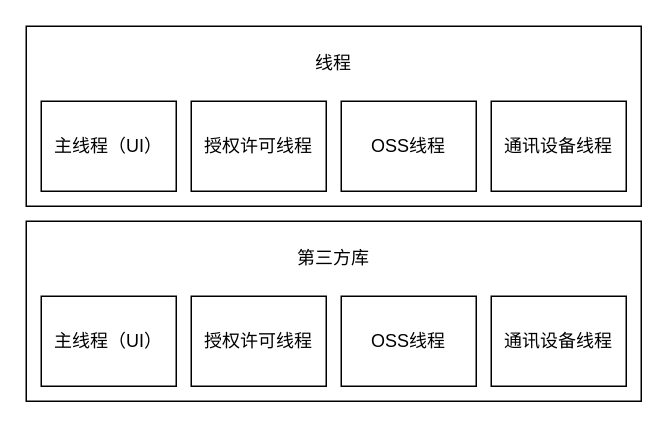
Above: 未命名绘图.drawio in SummerFalls/DrawIO (draw.io), before the change. Source tidied: cells renumbered, new cells numbered last; positions are measured from the earlier drawing's top-left corner, leaving out a move shared by most shapes. Both pictures are drawn from the tidied source at 150%, with x=0, y=0 at pixel (26, 26).
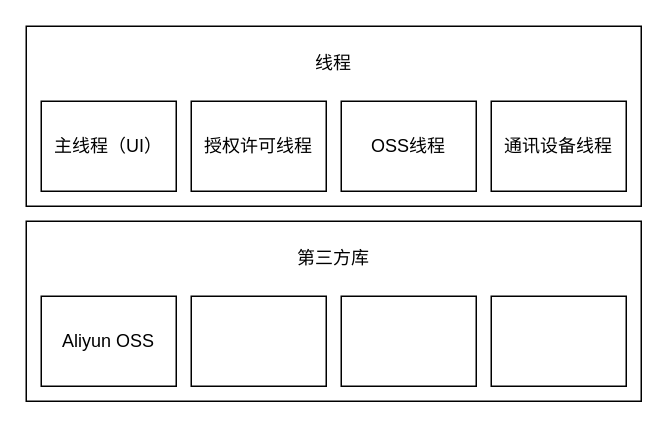
The same page after the edit.

Commit message (it also covers changes not shown here):
更新未命名绘图.drawio

Change to the diagram source:
```diff
@@
 <mxGraphModel>
   <root>
     <mxCell id="0" />
     <mxCell id="1" parent="0" />
     <mxCell id="2" style="rounded=0;whiteSpace=wrap;html=1;" parent="1" vertex="1">
       <mxGeometry width="410" height="120" as="geometry" />
     </mxCell>
     <mxCell id="3" value="主线程（UI）" style="rounded=0;whiteSpace=wrap;html=1;" parent="1" vertex="1">
       <mxGeometry x="10" y="50" width="90" height="60" as="geometry" />
     </mxCell>
     <mxCell id="4" value="授权许可线程" style="rounded=0;whiteSpace=wrap;html=1;" parent="1" vertex="1">
       <mxGeometry x="110" y="50" width="90" height="60" as="geometry" />
     </mxCell>
     <mxCell id="5" value="OSS线程" style="rounded=0;whiteSpace=wrap;html=1;" parent="1" vertex="1">
       <mxGeometry x="210" y="50" width="90" height="60" as="geometry" />
     </mxCell>
     <mxCell id="6" value="通讯设备线程" style="rounded=0;whiteSpace=wrap;html=1;" parent="1" vertex="1">
       <mxGeometry x="310" y="50" width="90" height="60" as="geometry" />
     </mxCell>
     <mxCell id="7" value="线程" style="text;html=1;strokeColor=none;fillColor=none;align=center;verticalAlign=middle;whiteSpace=wrap;rounded=0;" parent="1" vertex="1">
       <mxGeometry x="10" y="10" width="390" height="30" as="geometry" />
     </mxCell>
     <mxCell id="8" style="rounded=0;whiteSpace=wrap;html=1;" parent="1" vertex="1">
       <mxGeometry y="130" width="410" height="120" as="geometry" />
     </mxCell>
-    <mxCell id="9" value="主线程（UI）" style="rounded=0;whiteSpace=wrap;html=1;" parent="1" vertex="1">
+    <mxCell id="9" value="Aliyun OSS" style="rounded=0;whiteSpace=wrap;html=1;" parent="1" vertex="1">
       <mxGeometry x="10" y="180" width="90" height="60" as="geometry" />
     </mxCell>
-    <mxCell id="10" value="授权许可线程" style="rounded=0;whiteSpace=wrap;html=1;" parent="1" vertex="1">
+    <mxCell id="10" style="rounded=0;whiteSpace=wrap;html=1;" parent="1" vertex="1">
       <mxGeometry x="110" y="180" width="90" height="60" as="geometry" />
     </mxCell>
-    <mxCell id="11" value="OSS线程" style="rounded=0;whiteSpace=wrap;html=1;" parent="1" vertex="1">
+    <mxCell id="11" style="rounded=0;whiteSpace=wrap;html=1;" parent="1" vertex="1">
       <mxGeometry x="210" y="180" width="90" height="60" as="geometry" />
     </mxCell>
-    <mxCell id="12" value="通讯设备线程" style="rounded=0;whiteSpace=wrap;html=1;" parent="1" vertex="1">
+    <mxCell id="12" style="rounded=0;whiteSpace=wrap;html=1;" parent="1" vertex="1">
       <mxGeometry x="310" y="180" width="90" height="60" as="geometry" />
     </mxCell>
     <mxCell id="13" value="第三方库" style="text;html=1;strokeColor=none;fillColor=none;align=center;verticalAlign=middle;whiteSpace=wrap;rounded=0;" parent="1" vertex="1">
       <mxGeometry x="10" y="140" width="390" height="30" as="geometry" />
     </mxCell>
   </root>
 </mxGraphModel>
```
